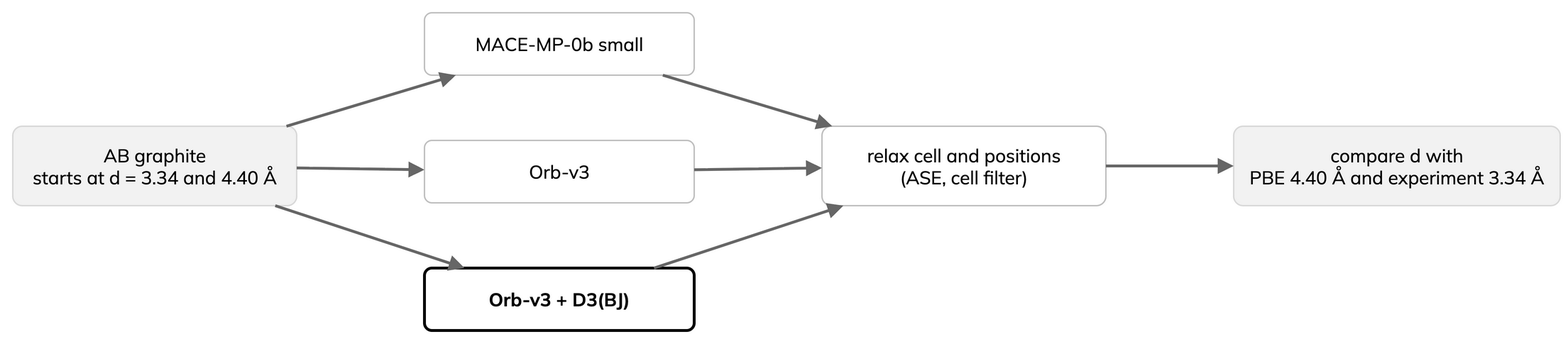
ENCCS/mlip-hands-on keeps this draw.io diagram as _static/graphite-test.drawio.png. Above is the earlier version. Source tidied: cells renumbered, new cells last; positions are measured from the earlier drawing's top-left corner, leaving out a move shared by most shapes.
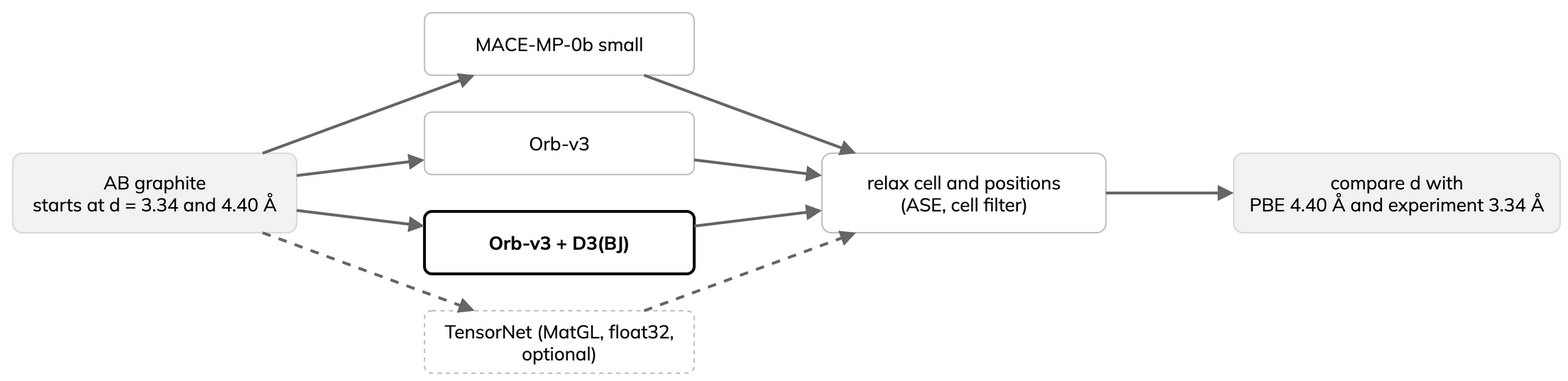
Later version of the same file.

Diff of the diagram source:
```diff
@@ -3,22 +3,22 @@
     <mxCell id="0" />
     <mxCell id="1" parent="0" />
     <mxCell id="2" value="AB graphite&lt;br&gt;starts at d = 3.34 and 4.40 Å" style="rounded=1;arcSize=12;whiteSpace=wrap;html=1;strokeColor=#D9D9D9;fillColor=#F2F2F2;fontFamily=Mulish;fontSize=13;" parent="1" vertex="1">
-      <mxGeometry y="80" width="200" height="56" as="geometry" />
+      <mxGeometry y="99" width="200" height="56" as="geometry" />
     </mxCell>
     <mxCell id="3" value="MACE-MP-0b small" style="rounded=1;arcSize=12;whiteSpace=wrap;html=1;strokeColor=#BFBFBF;fillColor=#FFFFFF;fontFamily=Mulish;fontSize=13;" parent="1" vertex="1">
       <mxGeometry x="290" width="190" height="44" as="geometry" />
     </mxCell>
     <mxCell id="4" value="Orb-v3" style="rounded=1;arcSize=12;whiteSpace=wrap;html=1;strokeColor=#BFBFBF;fillColor=#FFFFFF;fontFamily=Mulish;fontSize=13;" parent="1" vertex="1">
-      <mxGeometry x="290" y="90" width="190" height="44" as="geometry" />
+      <mxGeometry x="290" y="70" width="190" height="44" as="geometry" />
     </mxCell>
     <mxCell id="5" value="Orb-v3 + D3(BJ)" style="rounded=1;arcSize=12;whiteSpace=wrap;html=1;strokeColor=#000000;strokeWidth=2;fillColor=#FFFFFF;fontStyle=1;fontFamily=Mulish;fontSize=13;" parent="1" vertex="1">
-      <mxGeometry x="290" y="180" width="190" height="44" as="geometry" />
+      <mxGeometry x="290" y="140" width="190" height="44" as="geometry" />
     </mxCell>
     <mxCell id="6" value="relax cell and positions&lt;br&gt;(ASE, cell filter)" style="rounded=1;arcSize=12;whiteSpace=wrap;html=1;strokeColor=#BFBFBF;fillColor=#FFFFFF;fontFamily=Mulish;fontSize=13;" parent="1" vertex="1">
-      <mxGeometry x="570" y="80" width="200" height="56" as="geometry" />
+      <mxGeometry x="570" y="99" width="200" height="56" as="geometry" />
     </mxCell>
     <mxCell id="7" value="compare d with&lt;br&gt;PBE 4.40 Å and experiment 3.34 Å" style="rounded=1;arcSize=12;whiteSpace=wrap;html=1;strokeColor=#D9D9D9;fillColor=#F2F2F2;fontFamily=Mulish;fontSize=13;" parent="1" vertex="1">
-      <mxGeometry x="860" y="80" width="230" height="56" as="geometry" />
+      <mxGeometry x="860" y="99" width="230" height="56" as="geometry" />
     </mxCell>
     <mxCell id="8" style="endArrow=block;endFill=1;strokeColor=#666666;strokeWidth=2;html=1;fontFamily=Mulish;fontSize=12;" parent="1" edge="1" source="2" target="3">
       <mxGeometry relative="1" as="geometry" />
@@ -41,5 +41,14 @@
     <mxCell id="14" style="endArrow=block;endFill=1;strokeColor=#666666;strokeWidth=2;html=1;fontFamily=Mulish;fontSize=12;" parent="1" edge="1" source="6" target="7">
       <mxGeometry relative="1" as="geometry" />
     </mxCell>
+    <mxCell id="15" value="TensorNet (MatGL, float32, optional)" style="rounded=1;arcSize=12;whiteSpace=wrap;html=1;strokeColor=#BFBFBF;dashed=1;fillColor=#FFFFFF;fontFamily=Mulish;fontSize=13;" parent="1" vertex="1">
+      <mxGeometry x="290" y="210" width="190" height="44" as="geometry" />
+    </mxCell>
+    <mxCell id="16" style="endArrow=block;endFill=1;strokeColor=#666666;strokeWidth=2;dashed=1;html=1;fontFamily=Mulish;fontSize=12;" parent="1" edge="1" source="2" target="15">
+      <mxGeometry relative="1" as="geometry" />
+    </mxCell>
+    <mxCell id="17" style="endArrow=block;endFill=1;strokeColor=#666666;strokeWidth=2;dashed=1;html=1;fontFamily=Mulish;fontSize=12;" parent="1" edge="1" source="15" target="6">
+      <mxGeometry relative="1" as="geometry" />
+    </mxCell>
   </root>
 </mxGraphModel>
```
